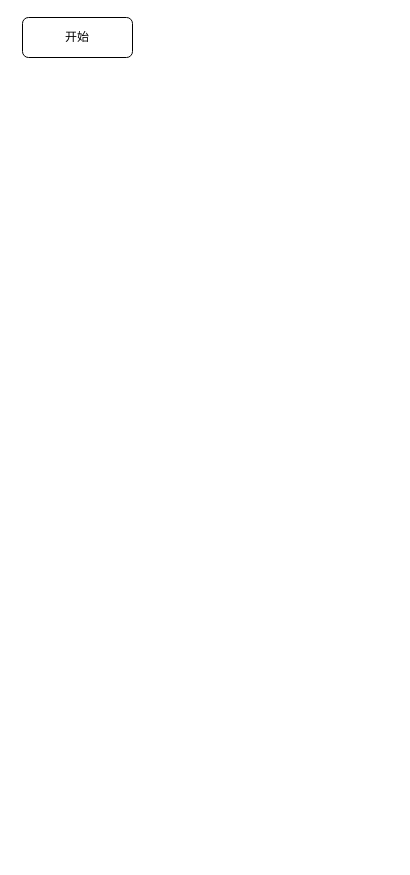
Before: 未命名绘图.drawio in leading/blog, a draw.io diagram. Source tidied: cells renumbered, new cells numbered last; positions are measured from the earlier drawing's top-left corner, leaving out a move shared by most shapes. Both pictures are drawn from the tidied source at 100%, with x=0, y=0 at pixel (22, 17).
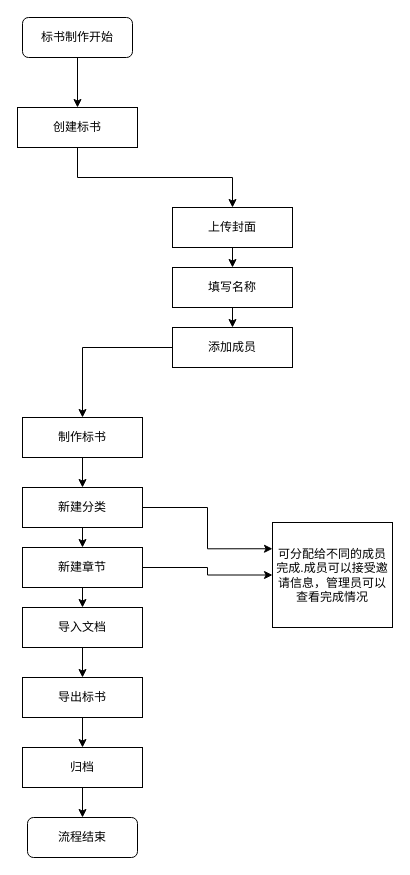
The same page after the edit.

Commit message:
更新未命名绘图.drawio

Change to the diagram source:
```diff
@@
+    <mxCell id="3" style="edgeStyle=orthogonalEdgeStyle;rounded=0;jettySize=auto;html=1;exitX=0.5;exitY=1;exitDx=0;exitDy=0;entryX=0.5;entryY=0;entryDx=0;entryDy=0;" parent="1" edge="1" source="2" target="5">
+      <mxGeometry relative="1" as="geometry" />
+    </mxCell>
-    <mxCell id="2" value="开始" style="rounded=1;whiteSpace=wrap;html=1;" parent="1" vertex="1">
+    <mxCell id="2" value="标书制作开始" style="rounded=1;whiteSpace=wrap;html=1;" parent="1" vertex="1">
       <mxGeometry width="110" height="40" as="geometry" />
     </mxCell>
+    <mxCell id="4" style="edgeStyle=orthogonalEdgeStyle;rounded=0;jettySize=auto;html=1;exitX=0.5;exitY=1;exitDx=0;exitDy=0;entryX=0.5;entryY=0;entryDx=0;entryDy=0;" parent="1" edge="1" source="5" target="22">
+      <mxGeometry relative="1" as="geometry" />
+    </mxCell>
+    <mxCell id="5" value="创建标书" style="rounded=0;whiteSpace=wrap;html=1;" parent="1" vertex="1">
+      <mxGeometry x="-5" y="90" width="120" height="40" as="geometry" />
+    </mxCell>
+    <mxCell id="6" style="edgeStyle=orthogonalEdgeStyle;rounded=0;jettySize=auto;html=1;exitX=0.5;exitY=1;exitDx=0;exitDy=0;" parent="1" edge="1" source="7" target="10">
+      <mxGeometry relative="1" as="geometry" />
+    </mxCell>
+    <mxCell id="7" value="制作标书&lt;br&gt;" style="rounded=0;whiteSpace=wrap;html=1;" parent="1" vertex="1">
+      <mxGeometry y="400" width="120" height="40" as="geometry" />
+    </mxCell>
+    <mxCell id="8" style="edgeStyle=orthogonalEdgeStyle;rounded=0;jettySize=auto;html=1;exitX=0.5;exitY=1;exitDx=0;exitDy=0;entryX=0.5;entryY=0;entryDx=0;entryDy=0;" parent="1" edge="1" source="10" target="13">
+      <mxGeometry relative="1" as="geometry" />
+    </mxCell>
+    <mxCell id="9" style="edgeStyle=orthogonalEdgeStyle;rounded=0;jettySize=auto;html=1;entryX=0;entryY=0.25;entryDx=0;entryDy=0;" parent="1" edge="1" source="10" target="27">
+      <mxGeometry relative="1" as="geometry" />
+    </mxCell>
+    <mxCell id="10" value="新建分类" style="rounded=0;whiteSpace=wrap;html=1;" parent="1" vertex="1">
+      <mxGeometry y="470" width="120" height="40" as="geometry" />
+    </mxCell>
+    <mxCell id="11" style="edgeStyle=orthogonalEdgeStyle;rounded=0;jettySize=auto;html=1;exitX=0.5;exitY=1;exitDx=0;exitDy=0;entryX=0.5;entryY=0;entryDx=0;entryDy=0;" parent="1" edge="1" source="13" target="15">
+      <mxGeometry relative="1" as="geometry" />
+    </mxCell>
+    <mxCell id="12" style="edgeStyle=orthogonalEdgeStyle;rounded=0;jettySize=auto;html=1;exitX=1;exitY=0.5;exitDx=0;exitDy=0;" parent="1" edge="1" source="13" target="27">
+      <mxGeometry relative="1" as="geometry" />
+    </mxCell>
+    <mxCell id="13" value="新建章节" style="rounded=0;whiteSpace=wrap;html=1;" parent="1" vertex="1">
+      <mxGeometry y="530" width="120" height="40" as="geometry" />
+    </mxCell>
+    <mxCell id="14" style="edgeStyle=orthogonalEdgeStyle;rounded=0;jettySize=auto;html=1;exitX=0.5;exitY=1;exitDx=0;exitDy=0;entryX=0.5;entryY=0;entryDx=0;entryDy=0;" parent="1" edge="1" source="15" target="17">
+      <mxGeometry relative="1" as="geometry" />
+    </mxCell>
+    <mxCell id="15" value="导入文档" style="rounded=0;whiteSpace=wrap;html=1;" parent="1" vertex="1">
+      <mxGeometry y="590" width="120" height="40" as="geometry" />
+    </mxCell>
+    <mxCell id="16" style="edgeStyle=orthogonalEdgeStyle;rounded=0;jettySize=auto;html=1;exitX=0.5;exitY=1;exitDx=0;exitDy=0;entryX=0.5;entryY=0;entryDx=0;entryDy=0;" parent="1" edge="1" source="17" target="19">
+      <mxGeometry relative="1" as="geometry" />
+    </mxCell>
+    <mxCell id="17" value="导出标书" style="rounded=0;whiteSpace=wrap;html=1;" parent="1" vertex="1">
+      <mxGeometry y="660" width="120" height="40" as="geometry" />
+    </mxCell>
+    <mxCell id="18" style="edgeStyle=orthogonalEdgeStyle;rounded=0;jettySize=auto;html=1;exitX=0.5;exitY=1;exitDx=0;exitDy=0;" parent="1" edge="1" source="19" target="20">
+      <mxGeometry relative="1" as="geometry" />
+    </mxCell>
+    <mxCell id="19" value="归档" style="rounded=0;whiteSpace=wrap;html=1;" parent="1" vertex="1">
+      <mxGeometry y="730" width="120" height="40" as="geometry" />
+    </mxCell>
+    <mxCell id="20" value="流程结束" style="rounded=1;whiteSpace=wrap;html=1;" parent="1" vertex="1">
+      <mxGeometry x="5" y="800" width="110" height="40" as="geometry" />
+    </mxCell>
+    <mxCell id="21" style="edgeStyle=orthogonalEdgeStyle;rounded=0;jettySize=auto;html=1;exitX=0.5;exitY=1;exitDx=0;exitDy=0;entryX=0.5;entryY=0;entryDx=0;entryDy=0;" parent="1" edge="1" source="22" target="24">
+      <mxGeometry relative="1" as="geometry" />
+    </mxCell>
+    <mxCell id="22" value="上传封面" style="rounded=0;whiteSpace=wrap;html=1;" parent="1" vertex="1">
+      <mxGeometry x="150" y="190" width="120" height="40" as="geometry" />
+    </mxCell>
+    <mxCell id="23" style="edgeStyle=orthogonalEdgeStyle;rounded=0;jettySize=auto;html=1;exitX=0.5;exitY=1;exitDx=0;exitDy=0;entryX=0.5;entryY=0;entryDx=0;entryDy=0;" parent="1" edge="1" source="24" target="26">
+      <mxGeometry relative="1" as="geometry" />
+    </mxCell>
+    <mxCell id="24" value="填写名称" style="rounded=0;whiteSpace=wrap;html=1;" parent="1" vertex="1">
+      <mxGeometry x="150" y="250" width="120" height="40" as="geometry" />
+    </mxCell>
+    <mxCell id="25" style="edgeStyle=orthogonalEdgeStyle;rounded=0;jettySize=auto;html=1;entryX=0.5;entryY=0;entryDx=0;entryDy=0;" parent="1" edge="1" source="26" target="7">
+      <mxGeometry relative="1" as="geometry" />
+    </mxCell>
+    <mxCell id="26" value="&lt;span&gt;添加成员&lt;/span&gt;" style="rounded=0;whiteSpace=wrap;html=1;" parent="1" vertex="1">
+      <mxGeometry x="150" y="310" width="120" height="40" as="geometry" />
+    </mxCell>
+    <mxCell id="27" value="&lt;span&gt;可分配给不同的成员完成.成员可以接受邀请信息，管理员可以查看完成情况&lt;/span&gt;" style="rounded=0;whiteSpace=wrap;html=1;" parent="1" vertex="1">
+      <mxGeometry x="250" y="505" width="120" height="105" as="geometry" />
+    </mxCell>
```
